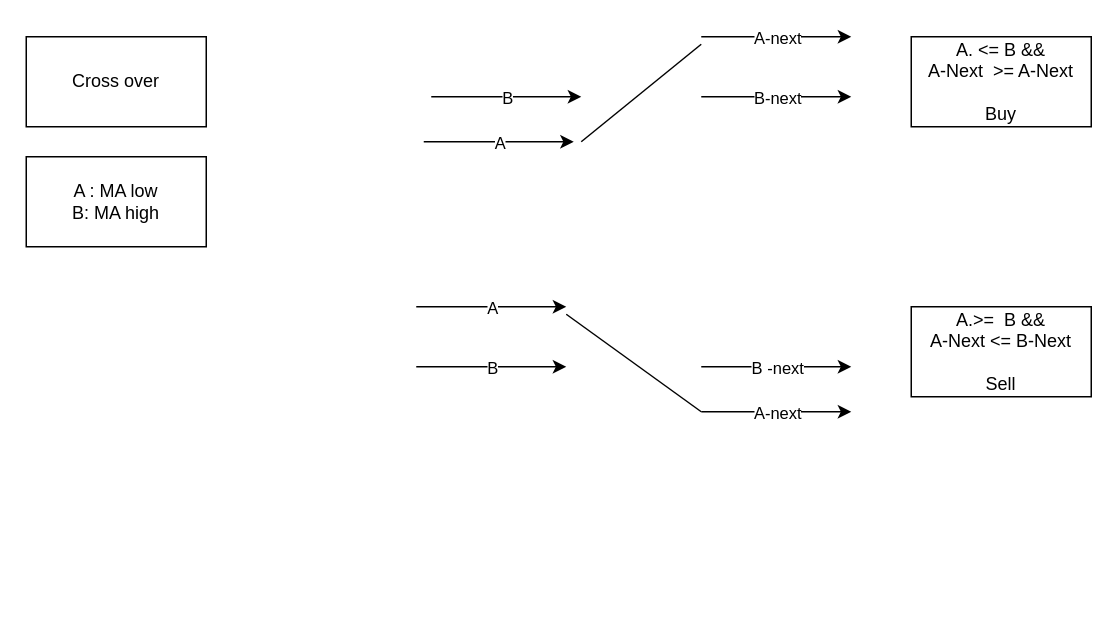
This is page "S - Crossover MA" (8 of 12) of Trading Strategy Diagram.drawio from satriyop/forex-bot, a draw.io file, before an edit. Source tidied: cells renumbered, new cells numbered last; positions are measured from the earlier drawing's top-left corner, leaving out a move shared by most shapes. Both pictures are drawn from the tidied source at 150%, with x=0, y=0 at pixel (26, 36).
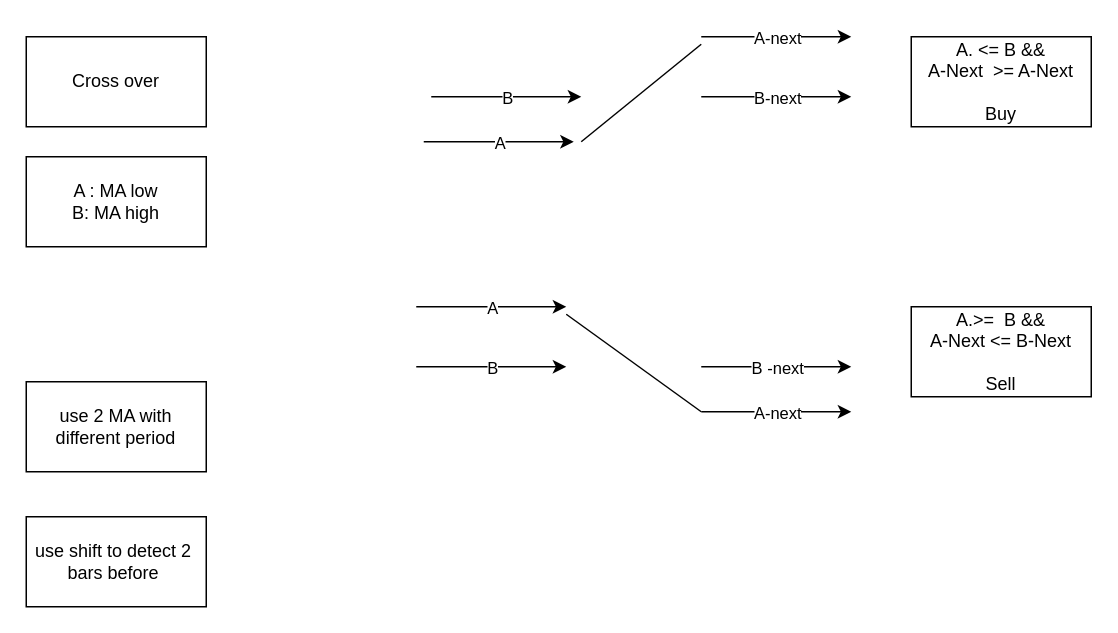
Above is the later version.

What changed in the source:
```diff
@@
+    <mxCell id="24" value="use 2 MA with different period" style="whiteSpace=wrap;html=1;" parent="1" vertex="1">
+      <mxGeometry y="230" width="120" height="60" as="geometry" />
+    </mxCell>
+    <mxCell id="25" value="use shift to detect 2&amp;nbsp; bars before&amp;nbsp;" style="whiteSpace=wrap;html=1;" parent="1" vertex="1">
+      <mxGeometry y="320" width="120" height="60" as="geometry" />
+    </mxCell>
```
